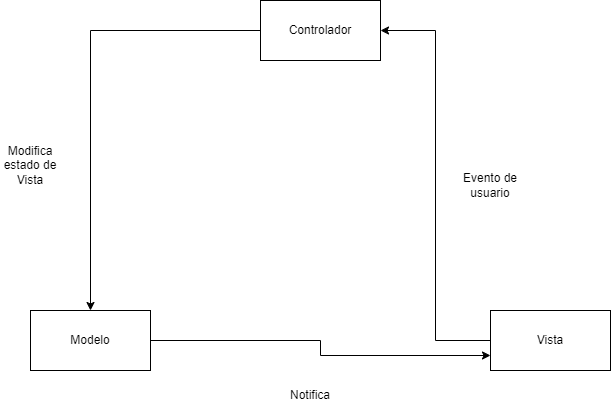
A2GUIT2/proyectointegradorfs keeps this draw.io diagram as modelomvc.png. Above is the earlier version. Source tidied: cells renumbered, new cells last; positions are measured from the earlier drawing's top-left corner, leaving out a move shared by most shapes.
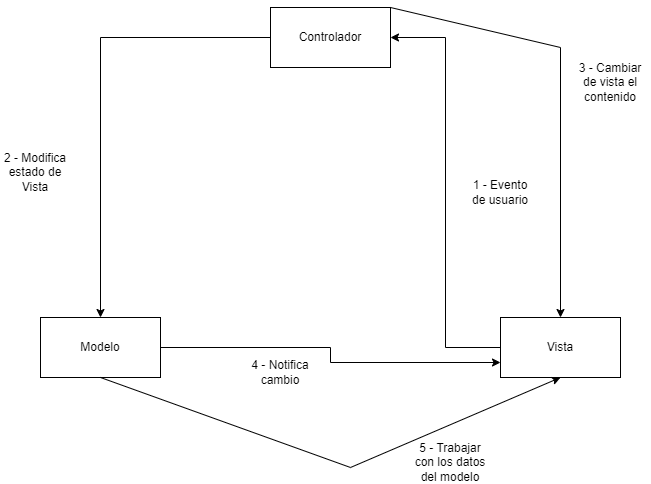
After the commit.

What changed in the source:
```diff
@@ -20,14 +20,35 @@
     <mxCell id="7" value="Controlador" style="rounded=0;whiteSpace=wrap;html=1;" parent="1" vertex="1">
       <mxGeometry x="260" width="120" height="60" as="geometry" />
     </mxCell>
-    <mxCell id="8" value="Evento de usuario" style="text;html=1;strokeColor=none;fillColor=none;align=center;verticalAlign=middle;whiteSpace=wrap;rounded=0;" parent="1" vertex="1">
+    <mxCell id="8" value="1 - Evento de usuario" style="text;html=1;strokeColor=none;fillColor=none;align=center;verticalAlign=middle;whiteSpace=wrap;rounded=0;" parent="1" vertex="1">
       <mxGeometry x="460" y="160" width="60" height="50" as="geometry" />
     </mxCell>
-    <mxCell id="9" value="Modifica estado de Vista" style="text;html=1;strokeColor=none;fillColor=none;align=center;verticalAlign=middle;whiteSpace=wrap;rounded=0;" parent="1" vertex="1">
-      <mxGeometry y="150" width="60" height="30" as="geometry" />
+    <mxCell id="9" value="2 - Modifica estado de Vista" style="text;html=1;strokeColor=none;fillColor=none;align=center;verticalAlign=middle;whiteSpace=wrap;rounded=0;" parent="1" vertex="1">
+      <mxGeometry x="-10" y="150" width="70" height="30" as="geometry" />
     </mxCell>
-    <mxCell id="10" value="Notifica" style="text;html=1;strokeColor=none;fillColor=none;align=center;verticalAlign=middle;whiteSpace=wrap;rounded=0;" parent="1" vertex="1">
-      <mxGeometry x="280" y="380" width="60" height="30" as="geometry" />
+    <mxCell id="10" value="4 - Notifica cambio" style="text;html=1;strokeColor=none;fillColor=none;align=center;verticalAlign=middle;whiteSpace=wrap;rounded=0;" parent="1" vertex="1">
+      <mxGeometry x="240" y="350" width="60" height="30" as="geometry" />
     </mxCell>
+    <mxCell id="11" style="endArrow=classic;html=1;rounded=0;entryX=0.5;entryY=0;entryDx=0;entryDy=0;" parent="1" edge="1" target="3">
+      <mxGeometry relative="1" as="geometry">
+        <mxPoint x="380" as="sourcePoint" />
+        <Array as="points">
+          <mxPoint x="550" y="40" />
+        </Array>
+      </mxGeometry>
+    </mxCell>
+    <mxCell id="12" value="3 - Cambiar de vista el contenido" style="text;html=1;strokeColor=none;fillColor=none;align=center;verticalAlign=middle;whiteSpace=wrap;rounded=0;" parent="1" vertex="1">
+      <mxGeometry x="560" y="60" width="80" height="30" as="geometry" />
+    </mxCell>
+    <mxCell id="13" style="endArrow=classic;html=1;rounded=0;exitX=0.5;exitY=1;exitDx=0;exitDy=0;entryX=0.5;entryY=1;entryDx=0;entryDy=0;" parent="1" edge="1" source="5" target="3">
+      <mxGeometry relative="1" as="geometry">
+        <Array as="points">
+          <mxPoint x="340" y="460" />
+        </Array>
+      </mxGeometry>
+    </mxCell>
+    <mxCell id="14" value="5 - Trabajar con los datos del modelo" style="text;html=1;strokeColor=none;fillColor=none;align=center;verticalAlign=middle;whiteSpace=wrap;rounded=0;" parent="1" vertex="1">
+      <mxGeometry x="400" y="440" width="80" height="30" as="geometry" />
+    </mxCell>
   </root>
 </mxGraphModel>
```
